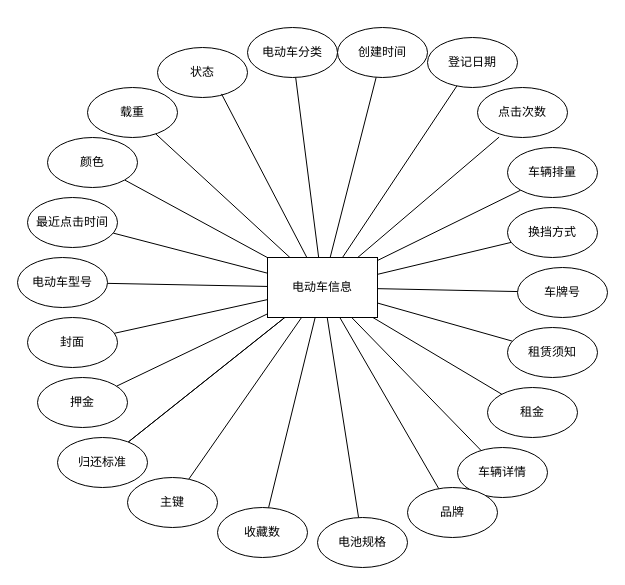
The draw.io diagram 图3-22.drawio in blackjack2022/draw.io, before the edit. Source tidied: cells renumbered, new cells numbered last; positions are measured from the earlier drawing's top-left corner, leaving out a move shared by most shapes. Both pictures are drawn from the tidied source at 100%, with x=0, y=0 at pixel (17, 27).
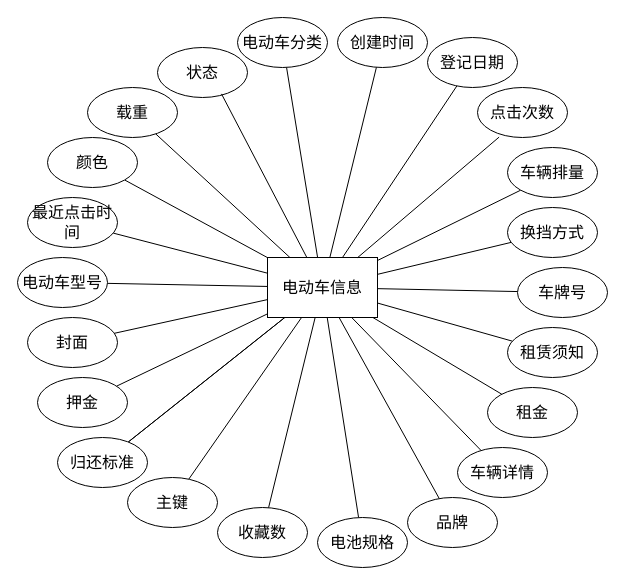
The same diagram, later.

What changed in the source:
```diff
@@
-    <mxCell id="2" style="rounded=0;jettySize=auto;html=1;endArrow=none;startFill=0;fontFamily=宋体;" parent="1" edge="1" source="23" target="28">
+    <mxCell id="2" style="rounded=0;jettySize=auto;html=1;endArrow=none;startFill=0;fontFamily=宋体;fontSize=16;" parent="1" edge="1" source="23" target="28">
       <mxGeometry relative="1" as="geometry" />
     </mxCell>
-    <mxCell id="3" style="rounded=0;jettySize=auto;html=1;endArrow=none;startFill=0;fontFamily=宋体;" parent="1" edge="1" source="23" target="42">
+    <mxCell id="3" style="rounded=0;jettySize=auto;html=1;endArrow=none;startFill=0;fontFamily=宋体;fontSize=16;" parent="1" edge="1" source="23" target="42">
       <mxGeometry relative="1" as="geometry" />
     </mxCell>
-    <mxCell id="4" style="rounded=0;jettySize=auto;html=1;endArrow=none;startFill=0;fontFamily=宋体;" parent="1" edge="1" source="23" target="29">
+    <mxCell id="4" style="rounded=0;jettySize=auto;html=1;endArrow=none;startFill=0;fontFamily=宋体;fontSize=16;" parent="1" edge="1" source="23" target="29">
       <mxGeometry relative="1" as="geometry" />
     </mxCell>
-    <mxCell id="5" style="rounded=0;jettySize=auto;html=1;entryX=0;entryY=1;entryDx=0;entryDy=0;endArrow=none;startFill=0;fontFamily=宋体;" parent="1" edge="1" source="23" target="31">
+    <mxCell id="5" style="rounded=0;jettySize=auto;html=1;entryX=0;entryY=1;entryDx=0;entryDy=0;endArrow=none;startFill=0;fontFamily=宋体;fontSize=16;" parent="1" edge="1" source="23" target="31">
       <mxGeometry relative="1" as="geometry" />
     </mxCell>
-    <mxCell id="6" style="rounded=0;jettySize=auto;html=1;endArrow=none;startFill=0;fontFamily=宋体;" parent="1" edge="1" source="23" target="44">
+    <mxCell id="6" style="rounded=0;jettySize=auto;html=1;endArrow=none;startFill=0;fontFamily=宋体;fontSize=16;" parent="1" edge="1" source="23" target="44">
       <mxGeometry relative="1" as="geometry" />
     </mxCell>
-    <mxCell id="7" style="rounded=0;jettySize=auto;html=1;endArrow=none;startFill=0;fontFamily=宋体;" parent="1" edge="1" source="23" target="32">
+    <mxCell id="7" style="rounded=0;jettySize=auto;html=1;endArrow=none;startFill=0;fontFamily=宋体;fontSize=16;" parent="1" edge="1" source="23" target="32">
       <mxGeometry relative="1" as="geometry" />
     </mxCell>
-    <mxCell id="8" style="rounded=0;jettySize=auto;html=1;endArrow=none;startFill=0;fontFamily=宋体;" parent="1" edge="1" source="23" target="33">
+    <mxCell id="8" style="rounded=0;jettySize=auto;html=1;endArrow=none;startFill=0;fontFamily=宋体;fontSize=16;" parent="1" edge="1" source="23" target="33">
       <mxGeometry relative="1" as="geometry" />
     </mxCell>
-    <mxCell id="9" style="rounded=0;jettySize=auto;html=1;endArrow=none;startFill=0;fontFamily=宋体;" parent="1" edge="1" source="23" target="34">
+    <mxCell id="9" style="rounded=0;jettySize=auto;html=1;endArrow=none;startFill=0;fontFamily=宋体;fontSize=16;" parent="1" edge="1" source="23" target="34">
       <mxGeometry relative="1" as="geometry" />
     </mxCell>
-    <mxCell id="10" style="rounded=0;jettySize=auto;html=1;endArrow=none;startFill=0;fontFamily=宋体;" parent="1" edge="1" source="23" target="35">
+    <mxCell id="10" style="rounded=0;jettySize=auto;html=1;endArrow=none;startFill=0;fontFamily=宋体;fontSize=16;" parent="1" edge="1" source="23" target="35">
       <mxGeometry relative="1" as="geometry" />
     </mxCell>
-    <mxCell id="11" style="rounded=0;jettySize=auto;html=1;endArrow=none;startFill=0;fontFamily=宋体;" parent="1" edge="1" source="23" target="36">
+    <mxCell id="11" style="rounded=0;jettySize=auto;html=1;endArrow=none;startFill=0;fontFamily=宋体;fontSize=16;" parent="1" edge="1" source="23" target="36">
       <mxGeometry relative="1" as="geometry" />
     </mxCell>
-    <mxCell id="12" style="rounded=0;jettySize=auto;html=1;endArrow=none;startFill=0;fontFamily=宋体;" parent="1" edge="1" source="23" target="37">
+    <mxCell id="12" style="rounded=0;jettySize=auto;html=1;endArrow=none;startFill=0;fontFamily=宋体;fontSize=16;" parent="1" edge="1" source="23" target="37">
       <mxGeometry relative="1" as="geometry" />
     </mxCell>
-    <mxCell id="13" style="rounded=0;jettySize=auto;html=1;endArrow=none;startFill=0;fontFamily=宋体;" parent="1" edge="1" source="23" target="38">
+    <mxCell id="13" style="rounded=0;jettySize=auto;html=1;endArrow=none;startFill=0;fontFamily=宋体;fontSize=16;" parent="1" edge="1" source="23" target="38">
       <mxGeometry relative="1" as="geometry" />
     </mxCell>
-    <mxCell id="14" style="rounded=0;jettySize=auto;html=1;endArrow=none;startFill=0;fontFamily=宋体;" parent="1" edge="1" source="23" target="39">
+    <mxCell id="14" style="rounded=0;jettySize=auto;html=1;endArrow=none;startFill=0;fontFamily=宋体;fontSize=16;" parent="1" edge="1" source="23" target="39">
       <mxGeometry relative="1" as="geometry" />
     </mxCell>
-    <mxCell id="15" style="rounded=0;jettySize=auto;html=1;endArrow=none;startFill=0;fontFamily=宋体;" parent="1" edge="1" source="23" target="40">
+    <mxCell id="15" style="rounded=0;jettySize=auto;html=1;endArrow=none;startFill=0;fontFamily=宋体;fontSize=16;" parent="1" edge="1" source="23" target="40">
       <mxGeometry relative="1" as="geometry" />
     </mxCell>
-    <mxCell id="16" style="rounded=0;jettySize=auto;html=1;endArrow=none;startFill=0;fontFamily=宋体;" parent="1" edge="1" source="23" target="26">
+    <mxCell id="16" style="rounded=0;jettySize=auto;html=1;endArrow=none;startFill=0;fontFamily=宋体;fontSize=16;" parent="1" edge="1" source="23" target="26">
       <mxGeometry relative="1" as="geometry" />
     </mxCell>
-    <mxCell id="17" style="rounded=0;jettySize=auto;html=1;endArrow=none;startFill=0;fontFamily=宋体;" parent="1" edge="1" source="23" target="41">
+    <mxCell id="17" style="rounded=0;jettySize=auto;html=1;endArrow=none;startFill=0;fontFamily=宋体;fontSize=16;" parent="1" edge="1" source="23" target="41">
       <mxGeometry relative="1" as="geometry" />
     </mxCell>
-    <mxCell id="18" style="rounded=0;jettySize=auto;html=1;endArrow=none;startFill=0;fontFamily=宋体;" parent="1" edge="1" source="23" target="25">
+    <mxCell id="18" style="rounded=0;jettySize=auto;html=1;endArrow=none;startFill=0;fontFamily=宋体;fontSize=16;" parent="1" edge="1" source="23" target="25">
       <mxGeometry relative="1" as="geometry" />
     </mxCell>
-    <mxCell id="19" style="rounded=0;jettySize=auto;html=1;endArrow=none;startFill=0;fontFamily=宋体;" parent="1" edge="1" source="23" target="24">
+    <mxCell id="19" style="rounded=0;jettySize=auto;html=1;endArrow=none;startFill=0;fontFamily=宋体;fontSize=16;" parent="1" edge="1" source="23" target="24">
       <mxGeometry relative="1" as="geometry" />
     </mxCell>
-    <mxCell id="20" style="rounded=0;jettySize=auto;html=1;endArrow=none;startFill=0;fontFamily=宋体;" parent="1" edge="1" source="23" target="43">
+    <mxCell id="20" style="rounded=0;jettySize=auto;html=1;endArrow=none;startFill=0;fontFamily=宋体;fontSize=16;" parent="1" edge="1" source="23" target="43">
       <mxGeometry relative="1" as="geometry" />
     </mxCell>
-    <mxCell id="21" style="rounded=0;jettySize=auto;html=1;endArrow=none;startFill=0;fontFamily=宋体;" parent="1" edge="1" source="23" target="40">
+    <mxCell id="21" style="rounded=0;jettySize=auto;html=1;endArrow=none;startFill=0;fontFamily=宋体;fontSize=16;" parent="1" edge="1" source="23" target="40">
       <mxGeometry relative="1" as="geometry" />
     </mxCell>
-    <mxCell id="22" style="rounded=0;jettySize=auto;html=1;endArrow=none;startFill=0;fontFamily=宋体;" parent="1" edge="1" source="23" target="45">
+    <mxCell id="22" style="rounded=0;jettySize=auto;html=1;endArrow=none;startFill=0;fontFamily=宋体;fontSize=16;" parent="1" edge="1" source="23" target="45">
       <mxGeometry relative="1" as="geometry" />
     </mxCell>
-    <mxCell id="23" value="电动车信息" style="rounded=0;whiteSpace=wrap;html=1;fontFamily=宋体;" parent="1" vertex="1">
+    <mxCell id="23" value="电动车信息" style="rounded=0;whiteSpace=wrap;html=1;fontFamily=宋体;fontSize=16;" parent="1" vertex="1">
       <mxGeometry x="250" y="230" width="110" height="60" as="geometry" />
     </mxCell>
-    <mxCell id="24" value="封面" style="ellipse;whiteSpace=wrap;html=1;fontFamily=宋体;" parent="1" vertex="1">
+    <mxCell id="24" value="封面" style="ellipse;whiteSpace=wrap;html=1;fontFamily=宋体;fontSize=16;" parent="1" vertex="1">
       <mxGeometry x="10" y="290" width="90" height="50" as="geometry" />
     </mxCell>
-    <mxCell id="25" value="最近点击时间" style="ellipse;whiteSpace=wrap;html=1;fontFamily=宋体;" parent="1" vertex="1">
+    <mxCell id="25" value="最近点击时间" style="ellipse;whiteSpace=wrap;html=1;fontFamily=宋体;fontSize=16;" parent="1" vertex="1">
       <mxGeometry x="10" y="170" width="90" height="50" as="geometry" />
     </mxCell>
-    <mxCell id="26" value="&lt;p class=&quot;MsoNormal&quot;&gt;&lt;span style=&quot;&quot;&gt;载重&lt;/span&gt;&lt;/p&gt;" style="ellipse;whiteSpace=wrap;html=1;fontFamily=宋体;" parent="1" vertex="1">
+    <mxCell id="26" value="&lt;p class=&quot;MsoNormal&quot;&gt;&lt;span&gt;载重&lt;/span&gt;&lt;/p&gt;" style="ellipse;whiteSpace=wrap;html=1;fontFamily=宋体;fontSize=16;" parent="1" vertex="1">
       <mxGeometry x="70" y="60" width="90" height="50" as="geometry" />
     </mxCell>
-    <mxCell id="27" value="&lt;p class=&quot;MsoNormal&quot;&gt;&lt;span style=&quot;&quot;&gt;状态&lt;/span&gt;&lt;/p&gt;" style="ellipse;whiteSpace=wrap;html=1;fontFamily=宋体;" parent="1" vertex="1">
+    <mxCell id="27" value="&lt;p class=&quot;MsoNormal&quot;&gt;&lt;span&gt;状态&lt;/span&gt;&lt;/p&gt;" style="ellipse;whiteSpace=wrap;html=1;fontFamily=宋体;fontSize=16;" parent="1" vertex="1">
       <mxGeometry x="140" y="20" width="90" height="50" as="geometry" />
     </mxCell>
-    <mxCell id="28" value="电动车分类" style="ellipse;whiteSpace=wrap;html=1;fontFamily=宋体;" parent="1" vertex="1">
-      <mxGeometry x="230" width="90" height="50" as="geometry" />
+    <mxCell id="28" value="电动车分类" style="ellipse;whiteSpace=wrap;html=1;fontFamily=宋体;fontSize=16;" parent="1" vertex="1">
+      <mxGeometry x="220" y="-10" width="90" height="50" as="geometry" />
     </mxCell>
-    <mxCell id="29" value="登记日期" style="ellipse;whiteSpace=wrap;html=1;fontFamily=宋体;" parent="1" vertex="1">
+    <mxCell id="29" value="登记日期" style="ellipse;whiteSpace=wrap;html=1;fontFamily=宋体;fontSize=16;" parent="1" vertex="1">
       <mxGeometry x="410" y="10" width="90" height="50" as="geometry" />
     </mxCell>
-    <mxCell id="30" value="点击次数" style="ellipse;whiteSpace=wrap;html=1;fontFamily=宋体;" parent="1" vertex="1">
+    <mxCell id="30" value="点击次数" style="ellipse;whiteSpace=wrap;html=1;fontFamily=宋体;fontSize=16;" parent="1" vertex="1">
       <mxGeometry x="460" y="60" width="90" height="50" as="geometry" />
     </mxCell>
-    <mxCell id="31" value="车辆排量" style="ellipse;whiteSpace=wrap;html=1;fontFamily=宋体;" parent="1" vertex="1">
+    <mxCell id="31" value="车辆排量" style="ellipse;whiteSpace=wrap;html=1;fontFamily=宋体;fontSize=16;" parent="1" vertex="1">
       <mxGeometry x="490" y="120" width="90" height="50" as="geometry" />
     </mxCell>
-    <mxCell id="32" value="车牌号" style="ellipse;whiteSpace=wrap;html=1;fontFamily=宋体;" parent="1" vertex="1">
+    <mxCell id="32" value="车牌号" style="ellipse;whiteSpace=wrap;html=1;fontFamily=宋体;fontSize=16;" parent="1" vertex="1">
       <mxGeometry x="500" y="240" width="90" height="50" as="geometry" />
     </mxCell>
-    <mxCell id="33" value="租赁须知" style="ellipse;whiteSpace=wrap;html=1;fontFamily=宋体;" parent="1" vertex="1">
+    <mxCell id="33" value="租赁须知" style="ellipse;whiteSpace=wrap;html=1;fontFamily=宋体;fontSize=16;" parent="1" vertex="1">
       <mxGeometry x="490" y="300" width="90" height="50" as="geometry" />
     </mxCell>
-    <mxCell id="34" value="租金" style="ellipse;whiteSpace=wrap;html=1;fontFamily=宋体;" parent="1" vertex="1">
+    <mxCell id="34" value="租金" style="ellipse;whiteSpace=wrap;html=1;fontFamily=宋体;fontSize=16;" parent="1" vertex="1">
       <mxGeometry x="470" y="360" width="90" height="50" as="geometry" />
     </mxCell>
-    <mxCell id="35" value="车辆详情" style="ellipse;whiteSpace=wrap;html=1;fontFamily=宋体;" parent="1" vertex="1">
+    <mxCell id="35" value="车辆详情" style="ellipse;whiteSpace=wrap;html=1;fontFamily=宋体;fontSize=16;" parent="1" vertex="1">
       <mxGeometry x="440" y="420" width="90" height="50" as="geometry" />
     </mxCell>
-    <mxCell id="36" value="品牌" style="ellipse;whiteSpace=wrap;html=1;fontFamily=宋体;" parent="1" vertex="1">
-      <mxGeometry x="390" y="460" width="90" height="50" as="geometry" />
+    <mxCell id="36" value="品牌" style="ellipse;whiteSpace=wrap;html=1;fontFamily=宋体;fontSize=16;" parent="1" vertex="1">
+      <mxGeometry x="390" y="470" width="90" height="50" as="geometry" />
     </mxCell>
-    <mxCell id="37" value="电池规格" style="ellipse;whiteSpace=wrap;html=1;fontFamily=宋体;" parent="1" vertex="1">
+    <mxCell id="37" value="电池规格" style="ellipse;whiteSpace=wrap;html=1;fontFamily=宋体;fontSize=16;" parent="1" vertex="1">
       <mxGeometry x="300" y="490" width="90" height="50" as="geometry" />
     </mxCell>
-    <mxCell id="38" value="收藏数" style="ellipse;whiteSpace=wrap;html=1;fontFamily=宋体;" parent="1" vertex="1">
+    <mxCell id="38" value="收藏数" style="ellipse;whiteSpace=wrap;html=1;fontFamily=宋体;fontSize=16;" parent="1" vertex="1">
       <mxGeometry x="200" y="480" width="90" height="50" as="geometry" />
     </mxCell>
-    <mxCell id="39" value="主键" style="ellipse;whiteSpace=wrap;html=1;fontFamily=宋体;" parent="1" vertex="1">
+    <mxCell id="39" value="主键" style="ellipse;whiteSpace=wrap;html=1;fontFamily=宋体;fontSize=16;" parent="1" vertex="1">
       <mxGeometry x="110" y="450" width="90" height="50" as="geometry" />
     </mxCell>
-    <mxCell id="40" value="归还标准" style="ellipse;whiteSpace=wrap;html=1;fontFamily=宋体;" parent="1" vertex="1">
+    <mxCell id="40" value="归还标准" style="ellipse;whiteSpace=wrap;html=1;fontFamily=宋体;fontSize=16;" parent="1" vertex="1">
       <mxGeometry x="40" y="410" width="90" height="50" as="geometry" />
     </mxCell>
-    <mxCell id="41" value="&lt;p class=&quot;MsoNormal&quot;&gt;&lt;span style=&quot;&quot;&gt;颜色&lt;/span&gt;&lt;/p&gt;" style="ellipse;whiteSpace=wrap;html=1;fontFamily=宋体;" parent="1" vertex="1">
+    <mxCell id="41" value="&lt;p class=&quot;MsoNormal&quot;&gt;&lt;span&gt;颜色&lt;/span&gt;&lt;/p&gt;" style="ellipse;whiteSpace=wrap;html=1;fontFamily=宋体;fontSize=16;" parent="1" vertex="1">
       <mxGeometry x="30" y="110" width="90" height="50" as="geometry" />
     </mxCell>
-    <mxCell id="42" value="创建时间" style="ellipse;whiteSpace=wrap;html=1;fontFamily=宋体;" parent="1" vertex="1">
-      <mxGeometry x="320" width="90" height="50" as="geometry" />
+    <mxCell id="42" value="创建时间" style="ellipse;whiteSpace=wrap;html=1;fontFamily=宋体;fontSize=16;" parent="1" vertex="1">
+      <mxGeometry x="320" y="-10" width="90" height="50" as="geometry" />
     </mxCell>
-    <mxCell id="43" value="押金" style="ellipse;whiteSpace=wrap;html=1;fontFamily=宋体;" parent="1" vertex="1">
+    <mxCell id="43" value="押金" style="ellipse;whiteSpace=wrap;html=1;fontFamily=宋体;fontSize=16;" parent="1" vertex="1">
       <mxGeometry x="20" y="350" width="90" height="50" as="geometry" />
     </mxCell>
-    <mxCell id="44" value="换挡方式" style="ellipse;whiteSpace=wrap;html=1;fontFamily=宋体;" parent="1" vertex="1">
+    <mxCell id="44" value="换挡方式" style="ellipse;whiteSpace=wrap;html=1;fontFamily=宋体;fontSize=16;" parent="1" vertex="1">
       <mxGeometry x="490" y="180" width="90" height="50" as="geometry" />
     </mxCell>
-    <mxCell id="45" value="电动车型号" style="ellipse;whiteSpace=wrap;html=1;fontFamily=宋体;" parent="1" vertex="1">
+    <mxCell id="45" value="电动车型号" style="ellipse;whiteSpace=wrap;html=1;fontFamily=宋体;fontSize=16;" parent="1" vertex="1">
       <mxGeometry y="230" width="90" height="50" as="geometry" />
     </mxCell>
-    <mxCell id="46" style="rounded=0;jettySize=auto;html=1;entryX=0.24;entryY=0.992;entryDx=0;entryDy=0;entryPerimeter=0;endArrow=none;startFill=0;fontFamily=宋体;" parent="1" edge="1" source="23" target="30">
+    <mxCell id="46" style="rounded=0;jettySize=auto;html=1;entryX=0.24;entryY=0.992;entryDx=0;entryDy=0;entryPerimeter=0;endArrow=none;startFill=0;fontFamily=宋体;fontSize=16;" parent="1" edge="1" source="23" target="30">
       <mxGeometry relative="1" as="geometry" />
     </mxCell>
-    <mxCell id="47" style="rounded=0;jettySize=auto;html=1;entryX=0.711;entryY=0.928;entryDx=0;entryDy=0;entryPerimeter=0;endArrow=none;startFill=0;fontFamily=宋体;" parent="1" edge="1" source="23" target="27">
+    <mxCell id="47" style="rounded=0;jettySize=auto;html=1;entryX=0.711;entryY=0.928;entryDx=0;entryDy=0;entryPerimeter=0;endArrow=none;startFill=0;fontFamily=宋体;fontSize=16;" parent="1" edge="1" source="23" target="27">
       <mxGeometry relative="1" as="geometry" />
     </mxCell>
```
